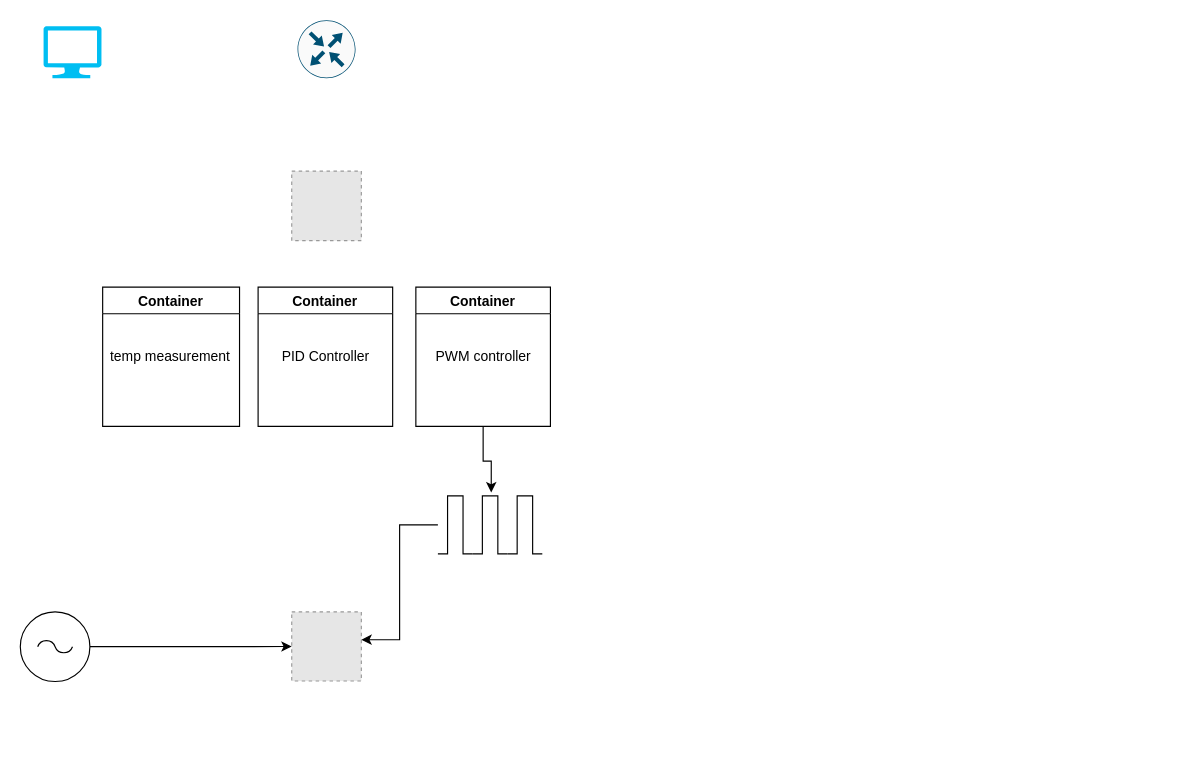
This is architecture.drawio from bearzibubbs/brewcontroller, a draw.io file, before an edit. Source tidied: cells renumbered, new cells numbered last; positions are measured from the earlier drawing's top-left corner, leaving out a move shared by most shapes. Both pictures are drawn from the tidied source at 116%, with x=0, y=0 at pixel (20, 20). Pictures stored in the file or linked from it are replaced by grey dashed boxes.
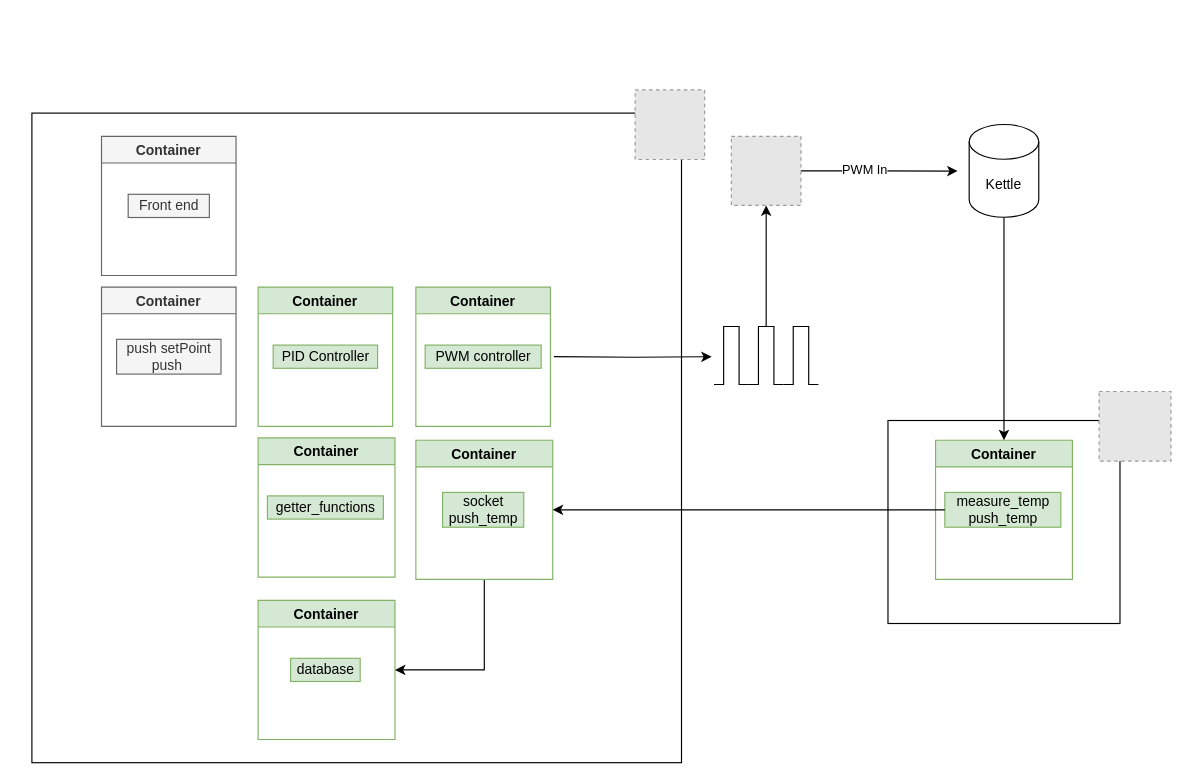
After the change.

The edit, as a diff of the source:
```diff
@@
-    <mxCell id="2" style="verticalLabelPosition=bottom;html=1;verticalAlign=top;align=center;shape=mxgraph.cisco19.rect;prIcon=router;fillColor=#FAFAFA;strokeColor=#005073;" parent="1" vertex="1">
-      <mxGeometry x="239" width="50" height="50" as="geometry" />
-    </mxCell>
+    <mxCell id="19" style="rounded=0;whiteSpace=wrap;html=1;" parent="1" vertex="1">
+      <mxGeometry x="748" y="345" width="200" height="175" as="geometry" />
+    </mxCell>
+    <mxCell id="20" style="whiteSpace=wrap;html=1;" parent="1" vertex="1">
+      <mxGeometry x="10" y="80" width="560" height="560" as="geometry" />
+    </mxCell>
     <mxCell id="3" style="fillColor=#E6E6E6;strokeColor=#999999;dashed=1;html=1;verticalAlign=top;verticalLabelPosition=bottom;labelBackgroundColor=#ffffff;" parent="1" vertex="1">
-      <mxGeometry x="234" y="130" width="60" height="60" as="geometry" />
+      <mxGeometry x="530" y="60" width="60" height="60" as="geometry" />
     </mxCell>
-    <mxCell id="4" style="verticalLabelPosition=bottom;html=1;verticalAlign=top;align=center;strokeColor=none;fillColor=#00BEF2;shape=mxgraph.azure.computer;" parent="1" vertex="1">
-      <mxGeometry x="20" y="5" width="50" height="45" as="geometry" />
-    </mxCell>
-    <mxCell id="5" value="Container" style="swimlane;" parent="1" vertex="1">
-      <mxGeometry x="71" y="230" width="118" height="120" as="geometry" />
+    <mxCell id="5" value="Container" style="swimlane;fillColor=#d5e8d4;strokeColor=#82b366;" parent="1" vertex="1">
+      <mxGeometry x="205" y="360" width="118" height="120" as="geometry" />
     </mxCell>
-    <mxCell id="6" value="temp measurement" style="text;html=1;align=center;verticalAlign=middle;" parent="5" vertex="1">
-      <mxGeometry x="-2" y="50" width="120" height="20" as="geometry" />
+    <mxCell id="6" value="getter_functions" style="text;html=1;align=center;verticalAlign=middle;fillColor=#d5e8d4;strokeColor=#82b366;" parent="5" vertex="1">
+      <mxGeometry x="8" y="50" width="100" height="20" as="geometry" />
     </mxCell>
-    <mxCell id="7" value="Container" style="swimlane;" parent="1" vertex="1">
+    <mxCell id="7" value="Container" style="swimlane;fillColor=#d5e8d4;strokeColor=#82b366;startSize=23;" parent="1" vertex="1">
       <mxGeometry x="205" y="230" width="116" height="120" as="geometry" />
     </mxCell>
-    <mxCell id="8" value="PID Controller" style="text;html=1;align=center;verticalAlign=middle;" parent="7" vertex="1">
+    <mxCell id="8" value="PID Controller" style="text;html=1;align=center;verticalAlign=middle;fillColor=#d5e8d4;strokeColor=#82b366;" parent="7" vertex="1">
       <mxGeometry x="13" y="50" width="90" height="20" as="geometry" />
     </mxCell>
-    <mxCell id="9" style="edgeStyle=orthogonalEdgeStyle;rounded=0;jettySize=auto;html=1;entryX=0.533;entryY=-0.06;entryDx=0;entryDy=0;entryPerimeter=0;" parent="1" edge="1" source="10" target="17">
-      <mxGeometry relative="1" as="geometry" />
-    </mxCell>
-    <mxCell id="10" value="Container" style="swimlane;" parent="1" vertex="1">
+    <mxCell id="10" value="Container" style="swimlane;fillColor=#d5e8d4;strokeColor=#82b366;" parent="1" vertex="1">
       <mxGeometry x="341" y="230" width="116" height="120" as="geometry" />
     </mxCell>
-    <mxCell id="11" value="PWM controller" style="text;html=1;align=center;verticalAlign=middle;" parent="10" vertex="1">
+    <mxCell id="11" value="PWM controller" style="text;html=1;align=center;verticalAlign=middle;fillColor=#d5e8d4;strokeColor=#82b366;" parent="10" vertex="1">
       <mxGeometry x="8" y="50" width="100" height="20" as="geometry" />
     </mxCell>
+    <mxCell id="21" style="edgeStyle=orthogonalEdgeStyle;rounded=0;jettySize=auto;html=1;" parent="1" edge="1" source="12">
+      <mxGeometry relative="1" as="geometry">
+        <mxPoint x="808" y="130" as="targetPoint" />
+      </mxGeometry>
+    </mxCell>
+    <mxCell id="22" value="PWM In" style="edgeLabel;html=1;align=center;verticalAlign=middle;" parent="21" vertex="1">
+      <mxGeometry x="-0.2" y="1" relative="1" as="geometry" />
+    </mxCell>
     <mxCell id="12" style="fillColor=#E6E6E6;strokeColor=#999999;dashed=1;verticalLabelPosition=bottom;labelBackgroundColor=#ffffff;verticalAlign=top;" parent="1" vertex="1">
-      <mxGeometry x="234" y="510" width="60" height="59.6" as="geometry" />
+      <mxGeometry x="613" y="100" width="60" height="59.6" as="geometry" />
     </mxCell>
-    <mxCell id="13" style="edgeStyle=orthogonalEdgeStyle;rounded=0;jettySize=auto;html=1;" parent="1" edge="1" source="14" target="12">
-      <mxGeometry relative="1" as="geometry" />
-    </mxCell>
-    <mxCell id="14" style="verticalLabelPosition=bottom;shadow=0;dashed=0;align=center;html=1;verticalAlign=top;shape=mxgraph.electrical.signal_sources.ac_source;" parent="1" vertex="1">
-      <mxGeometry y="510" width="60" height="60" as="geometry" />
-    </mxCell>
-    <mxCell id="15" style="edgeStyle=orthogonalEdgeStyle;rounded=0;jettySize=auto;html=1;entryX=1;entryY=0.402;entryDx=0;entryDy=0;entryPerimeter=0;" parent="1" edge="1" source="16" target="12">
-      <mxGeometry relative="1" as="geometry" />
-    </mxCell>
     <mxCell id="16" style="verticalLabelPosition=bottom;shadow=0;dashed=0;align=center;html=1;verticalAlign=top;shape=mxgraph.electrical.waveforms.pulse_1;" parent="1" vertex="1">
-      <mxGeometry x="360" y="410" width="30" height="50" as="geometry" />
+      <mxGeometry x="598" y="264" width="30" height="50" as="geometry" />
     </mxCell>
+    <mxCell id="23" style="edgeStyle=orthogonalEdgeStyle;rounded=0;jettySize=auto;html=1;entryX=0.5;entryY=1;entryDx=0;entryDy=0;" parent="1" edge="1" source="17" target="12">
+      <mxGeometry relative="1" as="geometry" />
+    </mxCell>
     <mxCell id="17" style="verticalLabelPosition=bottom;shadow=0;dashed=0;align=center;html=1;verticalAlign=top;shape=mxgraph.electrical.waveforms.pulse_1;" parent="1" vertex="1">
-      <mxGeometry x="390" y="410" width="30" height="50" as="geometry" />
+      <mxGeometry x="628" y="264" width="30" height="50" as="geometry" />
     </mxCell>
     <mxCell id="18" style="verticalLabelPosition=bottom;shadow=0;dashed=0;align=center;html=1;verticalAlign=top;shape=mxgraph.electrical.waveforms.pulse_1;" parent="1" vertex="1">
-      <mxGeometry x="420" y="410" width="30" height="50" as="geometry" />
+      <mxGeometry x="658" y="264" width="30" height="50" as="geometry" />
     </mxCell>
+    <mxCell id="24" value="Container" style="swimlane;fillColor=#d5e8d4;strokeColor=#82b366;" parent="1" vertex="1">
+      <mxGeometry x="205" y="500" width="118" height="120" as="geometry" />
+    </mxCell>
+    <mxCell id="25" value="database" style="text;html=1;align=center;verticalAlign=middle;fillColor=#d5e8d4;strokeColor=#82b366;" parent="24" vertex="1">
+      <mxGeometry x="28" y="50" width="60" height="20" as="geometry" />
+    </mxCell>
+    <mxCell id="26" style="edgeStyle=orthogonalEdgeStyle;rounded=0;jettySize=auto;html=1;entryX=-0.067;entryY=0.52;entryDx=0;entryDy=0;entryPerimeter=0;" parent="1" edge="1" target="16">
+      <mxGeometry relative="1" as="geometry">
+        <mxPoint x="460" y="290" as="sourcePoint" />
+      </mxGeometry>
+    </mxCell>
+    <mxCell id="27" style="edgeStyle=orthogonalEdgeStyle;rounded=0;jettySize=auto;html=1;entryX=0.5;entryY=0;entryDx=0;entryDy=0;" parent="1" edge="1" source="28" target="29">
+      <mxGeometry relative="1" as="geometry" />
+    </mxCell>
+    <mxCell id="28" value="Kettle" style="shape=cylinder3;whiteSpace=wrap;html=1;boundedLbl=1;backgroundOutline=1;size=15;" parent="1" vertex="1">
+      <mxGeometry x="818" y="89.8" width="60" height="80" as="geometry" />
+    </mxCell>
+    <mxCell id="29" value="Container" style="swimlane;fillColor=#d5e8d4;strokeColor=#82b366;" parent="1" vertex="1">
+      <mxGeometry x="789" y="362" width="118" height="120" as="geometry" />
+    </mxCell>
+    <mxCell id="30" value="measure_temp&lt;br&gt;push_temp" style="text;html=1;align=center;verticalAlign=middle;points=[];fillColor=#d5e8d4;strokeColor=#82b366;" parent="29" vertex="1">
+      <mxGeometry x="8" y="45" width="100" height="30" as="geometry" />
+    </mxCell>
+    <mxCell id="31" style="edgeStyle=orthogonalEdgeStyle;rounded=0;jettySize=auto;html=1;entryX=1;entryY=0.5;entryDx=0;entryDy=0;fillColor=#d5e8d4;strokeColor=#000000;" parent="1" edge="1" source="32" target="24">
+      <mxGeometry relative="1" as="geometry">
+        <Array as="points">
+          <mxPoint x="400" y="560" />
+        </Array>
+      </mxGeometry>
+    </mxCell>
+    <mxCell id="32" value="Container" style="swimlane;fillColor=#d5e8d4;strokeColor=#82b366;" parent="1" vertex="1">
+      <mxGeometry x="341" y="362" width="118" height="120" as="geometry" />
+    </mxCell>
+    <mxCell id="33" value="socket&lt;br&gt;push_temp" style="text;html=1;align=center;verticalAlign=middle;fillColor=#d5e8d4;strokeColor=#82b366;" parent="32" vertex="1">
+      <mxGeometry x="23" y="45" width="70" height="30" as="geometry" />
+    </mxCell>
+    <mxCell id="34" style="edgeStyle=orthogonalEdgeStyle;rounded=0;jettySize=auto;html=1;entryX=1;entryY=0.5;entryDx=0;entryDy=0;fillColor=#d5e8d4;strokeColor=#000000;" parent="1" edge="1" source="30" target="32">
+      <mxGeometry relative="1" as="geometry" />
+    </mxCell>
+    <mxCell id="35" value="Container" style="swimlane;fillColor=#f5f5f5;fontColor=#333333;strokeColor=#666666;" parent="1" vertex="1">
+      <mxGeometry x="70" y="100" width="116" height="120" as="geometry" />
+    </mxCell>
+    <mxCell id="36" value="Front end" style="text;html=1;align=center;verticalAlign=middle;fillColor=#f5f5f5;fontColor=#333333;strokeColor=#666666;" parent="35" vertex="1">
+      <mxGeometry x="23" y="50" width="70" height="20" as="geometry" />
+    </mxCell>
+    <mxCell id="37" value="Container" style="swimlane;fillColor=#f5f5f5;fontColor=#333333;strokeColor=#666666;" parent="1" vertex="1">
+      <mxGeometry x="70" y="230" width="116" height="120" as="geometry" />
+    </mxCell>
+    <mxCell id="38" value="push setPoint&lt;br&gt;push&amp;nbsp;" style="text;html=1;align=center;verticalAlign=middle;fillColor=#f5f5f5;fontColor=#333333;strokeColor=#666666;" parent="37" vertex="1">
+      <mxGeometry x="13" y="45" width="90" height="30" as="geometry" />
+    </mxCell>
+    <mxCell id="39" style="fillColor=#E6E6E6;strokeColor=#999999;dashed=1;verticalLabelPosition=bottom;labelBackgroundColor=#ffffff;verticalAlign=top;" parent="1" vertex="1">
+      <mxGeometry x="930" y="320" width="62" height="60" as="geometry" />
+    </mxCell>
```
